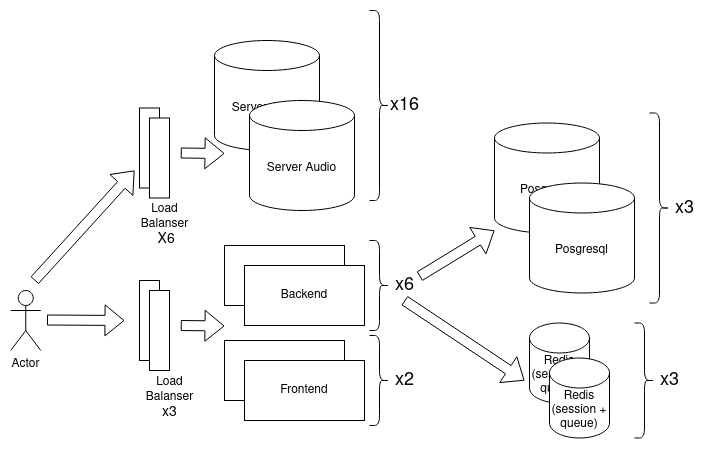
viktal/highload_spotify keeps this draw.io diagram as Spotify_schema.png. Above is the earlier version. Source tidied: cells renumbered, new cells last; positions are measured from the earlier drawing's top-left corner, leaving out a move shared by most shapes. Its diagram source:
```xml
<mxGraphModel background="#ffffff">
  <root>
    <mxCell id="0" />
    <mxCell id="1" parent="0" />
    <mxCell id="2" value="Actor" style="shape=umlActor;verticalLabelPosition=bottom;verticalAlign=top;html=1;" parent="1" vertex="1">
      <mxGeometry x="0.3" y="280" width="30" height="60" as="geometry" />
    </mxCell>
    <mxCell id="3" style="rounded=0;whiteSpace=wrap;html=1;" parent="1" vertex="1">
      <mxGeometry x="129" y="270" width="20" height="80" as="geometry" />
    </mxCell>
    <mxCell id="4" value="&lt;div&gt;Load&lt;/div&gt;&lt;div&gt;Balanser&lt;/div&gt;&lt;div&gt;&lt;font style=&quot;font-size: 14px&quot;&gt;x3&lt;/font&gt;&lt;br&gt;&lt;/div&gt;" style="text;html=1;align=center;verticalAlign=middle;strokeColor=none;" parent="1" vertex="1">
      <mxGeometry x="129" y="362.5" width="60" height="50" as="geometry" />
    </mxCell>
    <mxCell id="5" value="&lt;div&gt;Redis &lt;br&gt;&lt;/div&gt;&lt;div&gt;(session + queue)&lt;br&gt;&lt;/div&gt;" style="shape=cylinder3;whiteSpace=wrap;html=1;boundedLbl=1;backgroundOutline=1;size=15;" parent="1" vertex="1">
      <mxGeometry x="519" y="312.5" width="60" height="80" as="geometry" />
    </mxCell>
    <mxCell id="6" value="Posgresql" style="shape=cylinder3;whiteSpace=wrap;html=1;boundedLbl=1;backgroundOutline=1;size=15;" parent="1" vertex="1">
      <mxGeometry x="484" y="112.5" width="105" height="110" as="geometry" />
    </mxCell>
    <mxCell id="7" value="Posgresql" style="shape=cylinder3;whiteSpace=wrap;html=1;boundedLbl=1;backgroundOutline=1;size=15;" parent="1" vertex="1">
      <mxGeometry x="519" y="172.5" width="105" height="110" as="geometry" />
    </mxCell>
    <mxCell id="8" style="shape=curlyBracket;whiteSpace=wrap;html=1;rounded=1;flipH=1;" parent="1" vertex="1">
      <mxGeometry x="639" y="102.5" width="20" height="190" as="geometry" />
    </mxCell>
    <mxCell id="9" value="&lt;div style=&quot;font-size: 18px&quot;&gt;&lt;font style=&quot;font-size: 18px&quot;&gt;x3&lt;/font&gt;&lt;/div&gt;" style="text;html=1;align=center;verticalAlign=middle;strokeColor=none;" parent="1" vertex="1">
      <mxGeometry x="659" y="187.5" width="30" height="20" as="geometry" />
    </mxCell>
    <mxCell id="10" value="Server" style="rounded=0;whiteSpace=wrap;html=1;" parent="1" vertex="1">
      <mxGeometry x="214" y="235" width="120" height="60" as="geometry" />
    </mxCell>
    <mxCell id="11" value="Backend" style="rounded=0;whiteSpace=wrap;html=1;" parent="1" vertex="1">
      <mxGeometry x="234" y="255" width="120" height="60" as="geometry" />
    </mxCell>
    <mxCell id="12" style="shape=curlyBracket;whiteSpace=wrap;html=1;rounded=1;flipH=1;" parent="1" vertex="1">
      <mxGeometry x="359" y="230" width="20" height="90" as="geometry" />
    </mxCell>
    <mxCell id="13" value="&lt;div style=&quot;font-size: 18px&quot;&gt;&lt;font style=&quot;font-size: 18px&quot;&gt;x6&lt;/font&gt;&lt;/div&gt;" style="text;html=1;align=center;verticalAlign=middle;points=[];strokeColor=none;" parent="1" vertex="1">
      <mxGeometry x="379" y="265" width="30" height="20" as="geometry" />
    </mxCell>
    <mxCell id="14" value="&lt;div&gt;Redis &lt;br&gt;&lt;/div&gt;&lt;div&gt;(session + queue)&lt;br&gt;&lt;/div&gt;" style="shape=cylinder3;whiteSpace=wrap;html=1;boundedLbl=1;backgroundOutline=1;size=15;" parent="1" vertex="1">
      <mxGeometry x="539" y="347.5" width="60" height="80" as="geometry" />
    </mxCell>
    <mxCell id="15" style="shape=curlyBracket;whiteSpace=wrap;html=1;rounded=1;flipH=1;" parent="1" vertex="1">
      <mxGeometry x="624" y="312.5" width="20" height="115" as="geometry" />
    </mxCell>
    <mxCell id="16" value="&lt;div style=&quot;font-size: 18px&quot;&gt;&lt;font style=&quot;font-size: 18px&quot;&gt;x3&lt;br&gt;&lt;/font&gt;&lt;/div&gt;" style="text;html=1;align=center;verticalAlign=middle;strokeColor=none;" parent="1" vertex="1">
      <mxGeometry x="644" y="360" width="30" height="20" as="geometry" />
    </mxCell>
    <mxCell id="17" value="Server Audio" style="shape=cylinder3;whiteSpace=wrap;html=1;boundedLbl=1;backgroundOutline=1;size=15;" parent="1" vertex="1">
      <mxGeometry x="204" y="30" width="105" height="110" as="geometry" />
    </mxCell>
    <mxCell id="18" value="Server Audio" style="shape=cylinder3;whiteSpace=wrap;html=1;boundedLbl=1;backgroundOutline=1;size=15;" parent="1" vertex="1">
      <mxGeometry x="239" y="90" width="105" height="110" as="geometry" />
    </mxCell>
    <mxCell id="19" style="shape=curlyBracket;whiteSpace=wrap;html=1;rounded=1;flipH=1;" parent="1" vertex="1">
      <mxGeometry x="359" width="20" height="190" as="geometry" />
    </mxCell>
    <mxCell id="20" value="&lt;div style=&quot;font-size: 18px&quot;&gt;&lt;font style=&quot;font-size: 18px&quot;&gt;x16&lt;/font&gt;&lt;font style=&quot;font-size: 18px&quot;&gt;&lt;br&gt;&lt;/font&gt;&lt;/div&gt;" style="text;html=1;align=center;verticalAlign=middle;strokeColor=none;" parent="1" vertex="1">
      <mxGeometry x="374" y="85" width="40" height="20" as="geometry" />
    </mxCell>
    <mxCell id="21" style="shape=flexArrow;endArrow=classic;html=1;" parent="1" edge="1" source="13">
      <mxGeometry relative="1" as="geometry">
        <mxPoint x="484" y="220" as="targetPoint" />
      </mxGeometry>
    </mxCell>
    <mxCell id="22" style="shape=flexArrow;endArrow=classic;html=1;exitX=0.5;exitY=1.25;exitDx=0;exitDy=0;exitPerimeter=0;" parent="1" edge="1" source="13">
      <mxGeometry relative="1" as="geometry">
        <mxPoint x="514" y="370" as="targetPoint" />
      </mxGeometry>
    </mxCell>
    <mxCell id="23" style="shape=flexArrow;endArrow=classic;html=1;" parent="1" edge="1">
      <mxGeometry relative="1" as="geometry">
        <mxPoint x="36.5" y="309.5" as="sourcePoint" />
        <mxPoint x="114" y="310" as="targetPoint" />
      </mxGeometry>
    </mxCell>
    <mxCell id="24" style="shape=flexArrow;endArrow=classic;html=1;" parent="1" edge="1">
      <mxGeometry relative="1" as="geometry">
        <mxPoint x="170.3" y="315" as="sourcePoint" />
        <mxPoint x="214" y="315.5" as="targetPoint" />
      </mxGeometry>
    </mxCell>
    <mxCell id="25" style="rounded=0;whiteSpace=wrap;html=1;" parent="1" vertex="1">
      <mxGeometry x="139" y="280" width="20" height="80" as="geometry" />
    </mxCell>
    <mxCell id="26" value="Server" style="rounded=0;whiteSpace=wrap;html=1;" parent="1" vertex="1">
      <mxGeometry x="214" y="330" width="120" height="60" as="geometry" />
    </mxCell>
    <mxCell id="27" value="Frontend" style="rounded=0;whiteSpace=wrap;html=1;" parent="1" vertex="1">
      <mxGeometry x="234" y="350" width="120" height="60" as="geometry" />
    </mxCell>
    <mxCell id="28" style="shape=curlyBracket;whiteSpace=wrap;html=1;rounded=1;flipH=1;" parent="1" vertex="1">
      <mxGeometry x="359" y="325" width="20" height="90" as="geometry" />
    </mxCell>
    <mxCell id="29" value="&lt;div style=&quot;font-size: 18px&quot;&gt;&lt;font style=&quot;font-size: 18px&quot;&gt;x2&lt;/font&gt;&lt;/div&gt;" style="text;html=1;align=center;verticalAlign=middle;strokeColor=none;" parent="1" vertex="1">
      <mxGeometry x="379" y="360" width="30" height="20" as="geometry" />
    </mxCell>
    <mxCell id="30" style="shape=flexArrow;endArrow=classic;html=1;" parent="1" edge="1">
      <mxGeometry relative="1" as="geometry">
        <mxPoint x="24" y="270" as="sourcePoint" />
        <mxPoint x="124" y="160" as="targetPoint" />
      </mxGeometry>
    </mxCell>
    <mxCell id="31" style="rounded=0;whiteSpace=wrap;html=1;" parent="1" vertex="1">
      <mxGeometry x="129" y="97.5" width="20" height="80" as="geometry" />
    </mxCell>
    <mxCell id="32" value="&lt;div&gt;Load&lt;/div&gt;&lt;div&gt;Balanser&lt;/div&gt;&amp;nbsp;&lt;font style=&quot;font-size: 14px&quot;&gt;X6&lt;/font&gt;" style="text;html=1;align=center;verticalAlign=middle;strokeColor=none;" parent="1" vertex="1">
      <mxGeometry x="124" y="190" width="60" height="50" as="geometry" />
    </mxCell>
    <mxCell id="33" style="shape=flexArrow;endArrow=classic;html=1;" parent="1" edge="1">
      <mxGeometry relative="1" as="geometry">
        <mxPoint x="170.3" y="142.5" as="sourcePoint" />
        <mxPoint x="214" y="143" as="targetPoint" />
      </mxGeometry>
    </mxCell>
    <mxCell id="34" style="rounded=0;whiteSpace=wrap;html=1;" parent="1" vertex="1">
      <mxGeometry x="139" y="107.5" width="20" height="80" as="geometry" />
    </mxCell>
  </root>
</mxGraphModel>
```
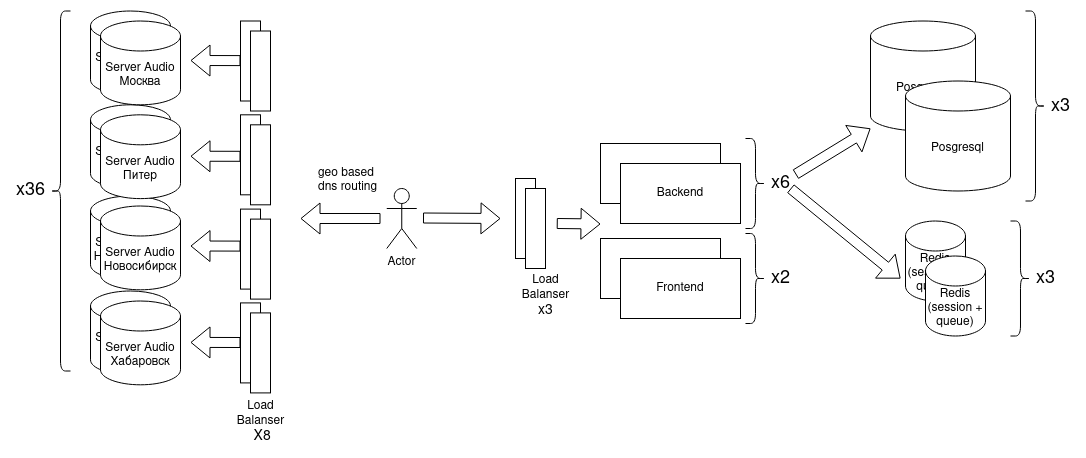
After the change.

The edit, as a diff of the source:
```diff
@@ -47,75 +47,133 @@
     <mxCell id="16" value="&lt;div style=&quot;font-size: 18px&quot;&gt;&lt;font style=&quot;font-size: 18px&quot;&gt;x3&lt;br&gt;&lt;/font&gt;&lt;/div&gt;" style="text;html=1;align=center;verticalAlign=middle;strokeColor=none;" parent="1" vertex="1">
       <mxGeometry x="644" y="360" width="30" height="20" as="geometry" />
     </mxCell>
-    <mxCell id="17" value="Server Audio" style="shape=cylinder3;whiteSpace=wrap;html=1;boundedLbl=1;backgroundOutline=1;size=15;" parent="1" vertex="1">
-      <mxGeometry x="204" y="30" width="105" height="110" as="geometry" />
+    <mxCell id="17" value="Server Audio Питер" style="shape=cylinder3;whiteSpace=wrap;html=1;boundedLbl=1;backgroundOutline=1;size=15;" parent="1" vertex="1">
+      <mxGeometry x="-296" y="196.3" width="80" height="83.8" as="geometry" />
     </mxCell>
-    <mxCell id="18" value="Server Audio" style="shape=cylinder3;whiteSpace=wrap;html=1;boundedLbl=1;backgroundOutline=1;size=15;" parent="1" vertex="1">
-      <mxGeometry x="239" y="90" width="105" height="110" as="geometry" />
+    <mxCell id="18" value="Server Audio Москва" style="shape=cylinder3;whiteSpace=wrap;html=1;boundedLbl=1;backgroundOutline=1;size=15;" parent="1" vertex="1">
+      <mxGeometry x="-296" y="102.5" width="80" height="83.8" as="geometry" />
     </mxCell>
-    <mxCell id="19" style="shape=curlyBracket;whiteSpace=wrap;html=1;rounded=1;flipH=1;" parent="1" vertex="1">
-      <mxGeometry x="359" width="20" height="190" as="geometry" />
+    <mxCell id="19" value="&lt;div style=&quot;font-size: 18px&quot;&gt;&lt;font style=&quot;font-size: 18px&quot;&gt;x36&lt;/font&gt;&lt;font style=&quot;font-size: 18px&quot;&gt;&lt;br&gt;&lt;/font&gt;&lt;/div&gt;" style="text;html=1;align=center;verticalAlign=middle;strokeColor=none;" parent="1" vertex="1">
+      <mxGeometry x="-376" y="271.9" width="40" height="20" as="geometry" />
     </mxCell>
-    <mxCell id="20" value="&lt;div style=&quot;font-size: 18px&quot;&gt;&lt;font style=&quot;font-size: 18px&quot;&gt;x16&lt;/font&gt;&lt;font style=&quot;font-size: 18px&quot;&gt;&lt;br&gt;&lt;/font&gt;&lt;/div&gt;" style="text;html=1;align=center;verticalAlign=middle;strokeColor=none;" parent="1" vertex="1">
-      <mxGeometry x="374" y="85" width="40" height="20" as="geometry" />
+    <mxCell id="20" style="shape=flexArrow;endArrow=classic;html=1;" parent="1" edge="1" source="13">
+      <mxGeometry relative="1" as="geometry">
+        <mxPoint x="484" y="220" as="targetPoint" />
+      </mxGeometry>
     </mxCell>
-    <mxCell id="21" style="shape=flexArrow;endArrow=classic;html=1;" parent="1" edge="1" source="13">
+    <mxCell id="21" style="shape=flexArrow;endArrow=classic;html=1;" parent="1" edge="1">
       <mxGeometry relative="1" as="geometry">
-        <mxPoint x="484" y="220" as="targetPoint" />
+        <mxPoint x="404" y="280" as="sourcePoint" />
+        <mxPoint x="514" y="370" as="targetPoint" />
       </mxGeometry>
     </mxCell>
-    <mxCell id="22" style="shape=flexArrow;endArrow=classic;html=1;exitX=0.5;exitY=1.25;exitDx=0;exitDy=0;exitPerimeter=0;" parent="1" edge="1" source="13">
+    <mxCell id="22" style="shape=flexArrow;endArrow=classic;html=1;" parent="1" edge="1">
       <mxGeometry relative="1" as="geometry">
-        <mxPoint x="514" y="370" as="targetPoint" />
+        <mxPoint x="36.5" y="309.5" as="sourcePoint" />
+        <mxPoint x="114" y="310" as="targetPoint" />
       </mxGeometry>
     </mxCell>
     <mxCell id="23" style="shape=flexArrow;endArrow=classic;html=1;" parent="1" edge="1">
       <mxGeometry relative="1" as="geometry">
-        <mxPoint x="36.5" y="309.5" as="sourcePoint" />
-        <mxPoint x="114" y="310" as="targetPoint" />
+        <mxPoint x="170.3" y="315" as="sourcePoint" />
+        <mxPoint x="214" y="315.5" as="targetPoint" />
       </mxGeometry>
     </mxCell>
-    <mxCell id="24" style="shape=flexArrow;endArrow=classic;html=1;" parent="1" edge="1">
-      <mxGeometry relative="1" as="geometry">
-        <mxPoint x="170.3" y="315" as="sourcePoint" />
-        <mxPoint x="214" y="315.5" as="targetPoint" />
-      </mxGeometry>
+    <mxCell id="24" style="rounded=0;whiteSpace=wrap;html=1;" parent="1" vertex="1">
+      <mxGeometry x="139" y="280" width="20" height="80" as="geometry" />
     </mxCell>
-    <mxCell id="25" style="rounded=0;whiteSpace=wrap;html=1;" parent="1" vertex="1">
-      <mxGeometry x="139" y="280" width="20" height="80" as="geometry" />
+    <mxCell id="25" value="Server" style="rounded=0;whiteSpace=wrap;html=1;" parent="1" vertex="1">
+      <mxGeometry x="214" y="330" width="120" height="60" as="geometry" />
     </mxCell>
-    <mxCell id="26" value="Server" style="rounded=0;whiteSpace=wrap;html=1;" parent="1" vertex="1">
-      <mxGeometry x="214" y="330" width="120" height="60" as="geometry" />
+    <mxCell id="26" value="Frontend" style="rounded=0;whiteSpace=wrap;html=1;" parent="1" vertex="1">
+      <mxGeometry x="234" y="350" width="120" height="60" as="geometry" />
     </mxCell>
-    <mxCell id="27" value="Frontend" style="rounded=0;whiteSpace=wrap;html=1;" parent="1" vertex="1">
-      <mxGeometry x="234" y="350" width="120" height="60" as="geometry" />
+    <mxCell id="27" style="shape=curlyBracket;whiteSpace=wrap;html=1;rounded=1;flipH=1;" parent="1" vertex="1">
+      <mxGeometry x="359" y="325" width="20" height="90" as="geometry" />
     </mxCell>
-    <mxCell id="28" style="shape=curlyBracket;whiteSpace=wrap;html=1;rounded=1;flipH=1;" parent="1" vertex="1">
-      <mxGeometry x="359" y="325" width="20" height="90" as="geometry" />
+    <mxCell id="28" value="&lt;div style=&quot;font-size: 18px&quot;&gt;&lt;font style=&quot;font-size: 18px&quot;&gt;x2&lt;/font&gt;&lt;/div&gt;" style="text;html=1;align=center;verticalAlign=middle;strokeColor=none;" parent="1" vertex="1">
+      <mxGeometry x="379" y="360" width="30" height="20" as="geometry" />
     </mxCell>
-    <mxCell id="29" value="&lt;div style=&quot;font-size: 18px&quot;&gt;&lt;font style=&quot;font-size: 18px&quot;&gt;x2&lt;/font&gt;&lt;/div&gt;" style="text;html=1;align=center;verticalAlign=middle;strokeColor=none;" parent="1" vertex="1">
-      <mxGeometry x="379" y="360" width="30" height="20" as="geometry" />
+    <mxCell id="29" style="shape=flexArrow;endArrow=classic;html=1;" parent="1" edge="1">
+      <mxGeometry relative="1" as="geometry">
+        <mxPoint x="-6" y="310" as="sourcePoint" />
+        <mxPoint x="-86" y="310" as="targetPoint" />
+      </mxGeometry>
     </mxCell>
-    <mxCell id="30" style="shape=flexArrow;endArrow=classic;html=1;" parent="1" edge="1">
-      <mxGeometry relative="1" as="geometry">
-        <mxPoint x="24" y="270" as="sourcePoint" />
-        <mxPoint x="124" y="160" as="targetPoint" />
-      </mxGeometry>
+    <mxCell id="30" style="rounded=0;whiteSpace=wrap;html=1;" parent="1" vertex="1">
+      <mxGeometry x="-146" y="206.3" width="20" height="80" as="geometry" />
     </mxCell>
-    <mxCell id="31" style="rounded=0;whiteSpace=wrap;html=1;" parent="1" vertex="1">
-      <mxGeometry x="129" y="97.5" width="20" height="80" as="geometry" />
+    <mxCell id="31" value="&lt;div&gt;Load&lt;/div&gt;&lt;div&gt;Balanser&lt;/div&gt;&amp;nbsp;&lt;font style=&quot;font-size: 14px&quot;&gt;X8&lt;/font&gt;" style="text;html=1;align=center;verticalAlign=middle;strokeColor=none;" parent="1" vertex="1">
+      <mxGeometry x="-156" y="489.4" width="60" height="50" as="geometry" />
     </mxCell>
-    <mxCell id="32" value="&lt;div&gt;Load&lt;/div&gt;&lt;div&gt;Balanser&lt;/div&gt;&amp;nbsp;&lt;font style=&quot;font-size: 14px&quot;&gt;X6&lt;/font&gt;" style="text;html=1;align=center;verticalAlign=middle;strokeColor=none;" parent="1" vertex="1">
-      <mxGeometry x="124" y="190" width="60" height="50" as="geometry" />
+    <mxCell id="32" style="rounded=0;whiteSpace=wrap;html=1;" parent="1" vertex="1">
+      <mxGeometry x="-146" y="112.5" width="20" height="80" as="geometry" />
     </mxCell>
-    <mxCell id="33" style="shape=flexArrow;endArrow=classic;html=1;" parent="1" edge="1">
-      <mxGeometry relative="1" as="geometry">
-        <mxPoint x="170.3" y="142.5" as="sourcePoint" />
-        <mxPoint x="214" y="143" as="targetPoint" />
-      </mxGeometry>
+    <mxCell id="33" value="Server Audio Новосибирск" style="shape=cylinder3;whiteSpace=wrap;html=1;boundedLbl=1;backgroundOutline=1;size=15;" parent="1" vertex="1">
+      <mxGeometry x="-296" y="287.5" width="80" height="83.8" as="geometry" />
     </mxCell>
-    <mxCell id="34" style="rounded=0;whiteSpace=wrap;html=1;" parent="1" vertex="1">
-      <mxGeometry x="139" y="107.5" width="20" height="80" as="geometry" />
+    <mxCell id="34" value="Server Audio Хабаровск" style="shape=cylinder3;whiteSpace=wrap;html=1;boundedLbl=1;backgroundOutline=1;size=15;" parent="1" vertex="1">
+      <mxGeometry x="-296" y="382.5" width="80" height="83.8" as="geometry" />
     </mxCell>
+    <mxCell id="35" style="rounded=0;whiteSpace=wrap;html=1;" parent="1" vertex="1">
+      <mxGeometry x="-146" y="394.4" width="20" height="80" as="geometry" />
+    </mxCell>
+    <mxCell id="36" style="rounded=0;whiteSpace=wrap;html=1;" parent="1" vertex="1">
+      <mxGeometry x="-146" y="300.6" width="20" height="80" as="geometry" />
+    </mxCell>
+    <mxCell id="37" style="shape=curlyBracket;whiteSpace=wrap;html=1;rounded=1;" parent="1" vertex="1">
+      <mxGeometry x="-336" y="102.5" width="20" height="360" as="geometry" />
+    </mxCell>
+    <mxCell id="38" style="shape=flexArrow;endArrow=classic;html=1;entryX=1;entryY=0.5;entryDx=0;entryDy=0;entryPerimeter=0;" parent="1" edge="1">
+      <mxGeometry relative="1" as="geometry">
+        <mxPoint x="-146" y="247.8" as="sourcePoint" />
+        <mxPoint x="-196" y="247.7" as="targetPoint" />
+      </mxGeometry>
+    </mxCell>
+    <mxCell id="39" style="shape=flexArrow;endArrow=classic;html=1;entryX=1;entryY=0.5;entryDx=0;entryDy=0;entryPerimeter=0;" parent="1" edge="1">
+      <mxGeometry relative="1" as="geometry">
+        <mxPoint x="-146" y="337.6" as="sourcePoint" />
+        <mxPoint x="-196" y="337.5" as="targetPoint" />
+      </mxGeometry>
+    </mxCell>
+    <mxCell id="40" style="shape=flexArrow;endArrow=classic;html=1;entryX=1;entryY=0.5;entryDx=0;entryDy=0;entryPerimeter=0;" parent="1" edge="1">
+      <mxGeometry relative="1" as="geometry">
+        <mxPoint x="-146" y="434" as="sourcePoint" />
+        <mxPoint x="-196" y="433.9" as="targetPoint" />
+      </mxGeometry>
+    </mxCell>
+    <mxCell id="41" style="shape=flexArrow;endArrow=classic;html=1;entryX=1;entryY=0.5;entryDx=0;entryDy=0;entryPerimeter=0;" parent="1" edge="1">
+      <mxGeometry relative="1" as="geometry">
+        <mxPoint x="-146" y="152.1" as="sourcePoint" />
+        <mxPoint x="-196" y="152" as="targetPoint" />
+      </mxGeometry>
+    </mxCell>
+    <mxCell id="42" value="Server Audio Питер" style="shape=cylinder3;whiteSpace=wrap;html=1;boundedLbl=1;backgroundOutline=1;size=15;" parent="1" vertex="1">
+      <mxGeometry x="-286" y="206.3" width="80" height="83.8" as="geometry" />
+    </mxCell>
+    <mxCell id="43" value="Server Audio Москва" style="shape=cylinder3;whiteSpace=wrap;html=1;boundedLbl=1;backgroundOutline=1;size=15;" parent="1" vertex="1">
+      <mxGeometry x="-286" y="112.5" width="80" height="83.8" as="geometry" />
+    </mxCell>
+    <mxCell id="44" value="Server Audio Новосибирск" style="shape=cylinder3;whiteSpace=wrap;html=1;boundedLbl=1;backgroundOutline=1;size=15;" parent="1" vertex="1">
+      <mxGeometry x="-286" y="297.5" width="80" height="83.8" as="geometry" />
+    </mxCell>
+    <mxCell id="45" value="Server Audio Хабаровск" style="shape=cylinder3;whiteSpace=wrap;html=1;boundedLbl=1;backgroundOutline=1;size=15;" parent="1" vertex="1">
+      <mxGeometry x="-286" y="392.5" width="80" height="83.8" as="geometry" />
+    </mxCell>
+    <mxCell id="46" style="rounded=0;whiteSpace=wrap;html=1;" parent="1" vertex="1">
+      <mxGeometry x="-136" y="216.3" width="20" height="80" as="geometry" />
+    </mxCell>
+    <mxCell id="47" style="rounded=0;whiteSpace=wrap;html=1;" parent="1" vertex="1">
+      <mxGeometry x="-136" y="122.5" width="20" height="80" as="geometry" />
+    </mxCell>
+    <mxCell id="48" style="rounded=0;whiteSpace=wrap;html=1;" parent="1" vertex="1">
+      <mxGeometry x="-136" y="404.4" width="20" height="80" as="geometry" />
+    </mxCell>
+    <mxCell id="49" style="rounded=0;whiteSpace=wrap;html=1;" parent="1" vertex="1">
+      <mxGeometry x="-136" y="310.6" width="20" height="80" as="geometry" />
+    </mxCell>
+    <mxCell id="50" value="geo based dns routing" style="text;whiteSpace=wrap;html=1;" parent="1" vertex="1">
+      <mxGeometry x="-69.7" y="250.7" width="70" height="40" as="geometry" />
+    </mxCell>
   </root>
 </mxGraphModel>
```
